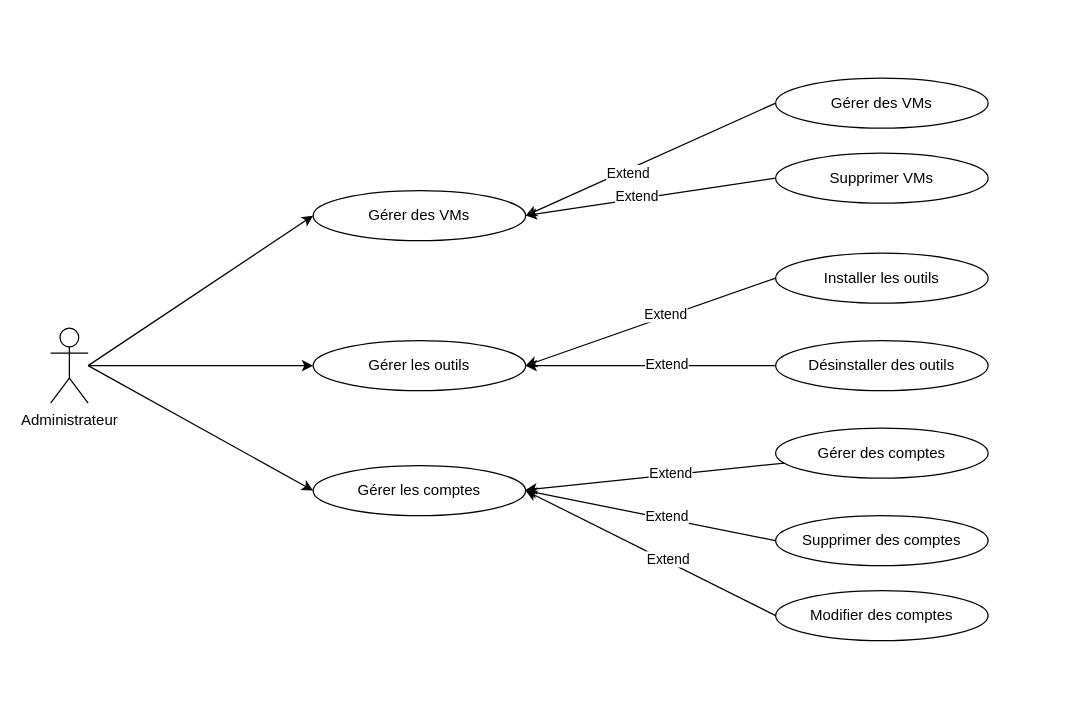
This is page "Page-6" (6 of 6) of Untitled Diagram.drawio from nouha57/AJAX-Movie-Recommendation-System-with-Sentiment-Analysis, a draw.io file, before an edit. Source tidied: cells renumbered, new cells numbered last; positions are measured from the earlier drawing's top-left corner, leaving out a move shared by most shapes. Both pictures are drawn from the tidied source at 125%, with x=0, y=0 at pixel (50, 78).
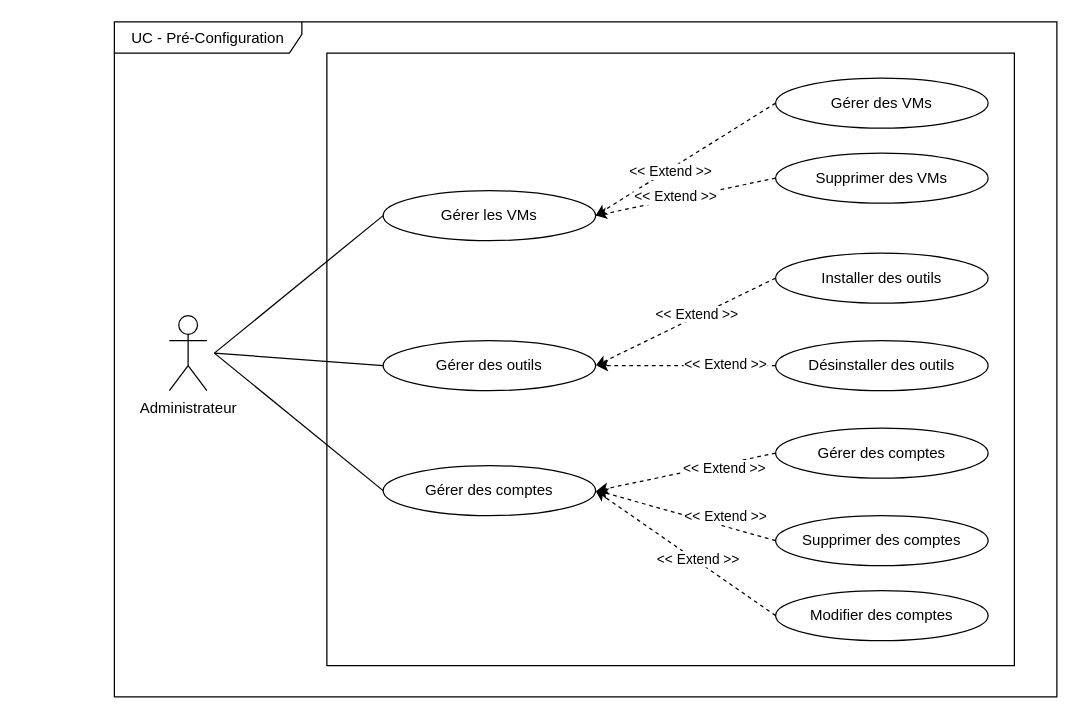
After the change.

The change refers to these unchanged cells:
```xml
<mxCell id="23" value="Désinstaller des outils" style="ellipse;whiteSpace=wrap;html=1;" parent="1" vertex="1">
  <mxGeometry x="580" y="210" width="170" height="40" as="geometry" />
</mxCell>
<mxCell id="28" value="Supprimer des comptes" style="ellipse;whiteSpace=wrap;html=1;" parent="1" vertex="1">
  <mxGeometry x="580" y="350" width="170" height="40" as="geometry" />
</mxCell>
<mxCell id="29" value="Modifier des comptes" style="ellipse;whiteSpace=wrap;html=1;" parent="1" vertex="1">
  <mxGeometry x="580" y="410" width="170" height="40" as="geometry" />
</mxCell>
```

Diff of the diagram source:
```diff
@@
+    <mxCell id="30" style="rounded=0;whiteSpace=wrap;html=1;" parent="1" vertex="1">
+      <mxGeometry x="221" y="-20" width="550" height="490" as="geometry" />
+    </mxCell>
+    <mxCell id="31" value="UC - Pré-Configuration" style="shape=umlFrame;whiteSpace=wrap;html=1;width=150;height=25;" parent="1" vertex="1">
+      <mxGeometry x="51" y="-45" width="754" height="540" as="geometry" />
+    </mxCell>
     <mxCell id="2" value="Administrateur" style="shape=umlActor;verticalLabelPosition=bottom;verticalAlign=top;html=1;" parent="1" vertex="1">
-      <mxGeometry y="200" width="30" height="60" as="geometry" />
+      <mxGeometry x="95" y="190" width="30" height="60" as="geometry" />
     </mxCell>
-    <mxCell id="3" value="Gérer des VMs" style="ellipse;whiteSpace=wrap;html=1;" parent="1" vertex="1">
-      <mxGeometry x="210" y="90" width="170" height="40" as="geometry" />
-    </mxCell>
-    <mxCell id="4" value="Gérer les outils" style="ellipse;whiteSpace=wrap;html=1;" parent="1" vertex="1">
-      <mxGeometry x="210" y="210" width="170" height="40" as="geometry" />
-    </mxCell>
-    <mxCell id="5" value="Gérer les comptes" style="ellipse;whiteSpace=wrap;html=1;" parent="1" vertex="1">
-      <mxGeometry x="210" y="310" width="170" height="40" as="geometry" />
-    </mxCell>
-    <mxCell id="6" style="endArrow=classic;html=1;rounded=0;entryX=0;entryY=0.5;entryDx=0;entryDy=0;" parent="1" edge="1" target="3">
-      <mxGeometry relative="1" as="geometry">
-        <mxPoint x="30" y="230" as="sourcePoint" />
-      </mxGeometry>
-    </mxCell>
-    <mxCell id="7" style="endArrow=classic;html=1;rounded=0;entryX=0;entryY=0.5;entryDx=0;entryDy=0;" parent="1" edge="1" target="4">
-      <mxGeometry relative="1" as="geometry">
-        <mxPoint x="30" y="230" as="sourcePoint" />
-      </mxGeometry>
-    </mxCell>
-    <mxCell id="8" style="endArrow=classic;html=1;rounded=0;entryX=0;entryY=0.5;entryDx=0;entryDy=0;" parent="1" edge="1" target="5">
-      <mxGeometry relative="1" as="geometry">
-        <mxPoint x="30" y="230" as="sourcePoint" />
-      </mxGeometry>
-    </mxCell>
-    <mxCell id="9" value="Gérer des VMs" style="ellipse;whiteSpace=wrap;html=1;" parent="1" vertex="1">
-      <mxGeometry x="580" width="170" height="40" as="geometry" />
-    </mxCell>
-    <mxCell id="10" value="Supprimer VMs" style="ellipse;whiteSpace=wrap;html=1;" parent="1" vertex="1">
-      <mxGeometry x="580" y="60" width="170" height="40" as="geometry" />
-    </mxCell>
-    <mxCell id="11" value="Installer les outils" style="ellipse;whiteSpace=wrap;html=1;" parent="1" vertex="1">
-      <mxGeometry x="580" y="140" width="170" height="40" as="geometry" />
-    </mxCell>
-    <mxCell id="12" style="endArrow=classic;html=1;rounded=0;entryX=1;entryY=0.5;entryDx=0;entryDy=0;exitX=0;exitY=0.5;exitDx=0;exitDy=0;" parent="1" edge="1" source="9" target="3">
-      <mxGeometry relative="1" as="geometry" />
-    </mxCell>
-    <mxCell id="13" value="Extend" style="edgeLabel;html=1;align=center;verticalAlign=middle;" parent="12" vertex="1">
-      <mxGeometry x="0.2" y="1" relative="1" as="geometry">
-        <mxPoint x="1" as="offset" />
-      </mxGeometry>
-    </mxCell>
-    <mxCell id="14" style="endArrow=classic;html=1;rounded=0;entryX=1;entryY=0.5;entryDx=0;entryDy=0;exitX=0;exitY=0.5;exitDx=0;exitDy=0;" parent="1" edge="1" source="10" target="3">
-      <mxGeometry relative="1" as="geometry" />
-    </mxCell>
-    <mxCell id="15" value="Extend" style="edgeLabel;html=1;align=center;verticalAlign=middle;" parent="14" vertex="1">
-      <mxGeometry x="0.11" y="-2" relative="1" as="geometry" />
-    </mxCell>
-    <mxCell id="16" style="endArrow=classic;html=1;rounded=0;entryX=1;entryY=0.5;entryDx=0;entryDy=0;exitX=0;exitY=0.5;exitDx=0;exitDy=0;" parent="1" edge="1" source="11" target="4">
-      <mxGeometry relative="1" as="geometry" />
-    </mxCell>
-    <mxCell id="17" value="Extend" style="edgeLabel;html=1;align=center;verticalAlign=middle;" parent="16" vertex="1">
-      <mxGeometry x="-0.12" y="-2" relative="1" as="geometry" />
-    </mxCell>
-    <mxCell id="18" style="endArrow=classic;html=1;rounded=0;entryX=1;entryY=0.5;entryDx=0;entryDy=0;" parent="1" edge="1" source="20">
-      <mxGeometry relative="1" as="geometry">
-        <mxPoint x="380" y="329.5" as="targetPoint" />
-      </mxGeometry>
-    </mxCell>
-    <mxCell id="19" value="Extend" style="edgeLabel;html=1;align=center;verticalAlign=middle;" parent="18" vertex="1">
-      <mxGeometry x="-0.12" y="-2" relative="1" as="geometry" />
-    </mxCell>
-    <mxCell id="20" value="Gérer des comptes" style="ellipse;whiteSpace=wrap;html=1;" parent="1" vertex="1">
-      <mxGeometry x="580" y="280" width="170" height="40" as="geometry" />
-    </mxCell>
-    <mxCell id="21" style="endArrow=classic;html=1;rounded=0;exitX=0;exitY=0.5;exitDx=0;exitDy=0;" parent="1" edge="1" source="23">
-      <mxGeometry relative="1" as="geometry">
-        <mxPoint x="380" y="230" as="targetPoint" />
-      </mxGeometry>
-    </mxCell>
-    <mxCell id="22" value="Extend" style="edgeLabel;html=1;align=center;verticalAlign=middle;" parent="21" vertex="1">
-      <mxGeometry x="-0.12" y="-2" relative="1" as="geometry" />
-    </mxCell>
+    <mxCell id="32" value="Gérer les VMs" style="ellipse;whiteSpace=wrap;html=1;" parent="1" vertex="1">
+      <mxGeometry x="266" y="90" width="170" height="40" as="geometry" />
+    </mxCell>
+    <mxCell id="33" value="Gérer des outils" style="ellipse;whiteSpace=wrap;html=1;" parent="1" vertex="1">
+      <mxGeometry x="266" y="210" width="170" height="40" as="geometry" />
+    </mxCell>
+    <mxCell id="34" value="Gérer des comptes" style="ellipse;whiteSpace=wrap;html=1;" parent="1" vertex="1">
+      <mxGeometry x="266" y="310" width="170" height="40" as="geometry" />
+    </mxCell>
+    <mxCell id="35" style="endArrow=none;html=1;rounded=0;entryX=0;entryY=0.5;entryDx=0;entryDy=0;endFill=0;" parent="1" edge="1">
+      <mxGeometry relative="1" as="geometry">
+        <mxPoint x="131" y="220" as="sourcePoint" />
+        <mxPoint x="266" y="110" as="targetPoint" />
+      </mxGeometry>
+    </mxCell>
+    <mxCell id="36" style="endArrow=none;html=1;rounded=0;entryX=0;entryY=0.5;entryDx=0;entryDy=0;endFill=0;" parent="1" edge="1">
+      <mxGeometry relative="1" as="geometry">
+        <mxPoint x="131" y="220" as="sourcePoint" />
+        <mxPoint x="266" y="230" as="targetPoint" />
+      </mxGeometry>
+    </mxCell>
+    <mxCell id="37" style="endArrow=none;html=1;rounded=0;entryX=0;entryY=0.5;entryDx=0;entryDy=0;endFill=0;" parent="1" edge="1">
+      <mxGeometry relative="1" as="geometry">
+        <mxPoint x="131" y="220" as="sourcePoint" />
+        <mxPoint x="266" y="330" as="targetPoint" />
+      </mxGeometry>
+    </mxCell>
+    <mxCell id="38" value="Gérer des VMs" style="ellipse;whiteSpace=wrap;html=1;" parent="1" vertex="1">
+      <mxGeometry x="580" width="170" height="40" as="geometry" />
+    </mxCell>
+    <mxCell id="39" value="Supprimer des VMs" style="ellipse;whiteSpace=wrap;html=1;" parent="1" vertex="1">
+      <mxGeometry x="580" y="60" width="170" height="40" as="geometry" />
+    </mxCell>
+    <mxCell id="40" value="Installer des outils" style="ellipse;whiteSpace=wrap;html=1;" parent="1" vertex="1">
+      <mxGeometry x="580" y="140" width="170" height="40" as="geometry" />
+    </mxCell>
+    <mxCell id="41" style="endArrow=classic;html=1;rounded=0;entryX=1;entryY=0.5;entryDx=0;entryDy=0;exitX=0;exitY=0.5;exitDx=0;exitDy=0;dashed=1;" parent="1" edge="1" source="38" target="32">
+      <mxGeometry relative="1" as="geometry" />
+    </mxCell>
+    <mxCell id="42" value="&amp;lt;&amp;lt; Extend &amp;gt;&amp;gt;" style="edgeLabel;html=1;align=center;verticalAlign=middle;" parent="41" vertex="1">
+      <mxGeometry x="0.2" y="1" relative="1" as="geometry">
+        <mxPoint x="1" as="offset" />
+      </mxGeometry>
+    </mxCell>
+    <mxCell id="43" style="endArrow=classic;html=1;rounded=0;entryX=1;entryY=0.5;entryDx=0;entryDy=0;exitX=0;exitY=0.5;exitDx=0;exitDy=0;dashed=1;" parent="1" edge="1" source="39" target="32">
+      <mxGeometry relative="1" as="geometry" />
+    </mxCell>
+    <mxCell id="44" value="&lt;span style=&quot;color: rgb(0, 0, 0); font-family: Helvetica; font-size: 11px; font-style: normal; font-variant-ligatures: normal; font-variant-caps: normal; font-weight: 400; letter-spacing: normal; orphans: 2; text-align: center; text-indent: 0px; text-transform: none; widows: 2; word-spacing: 0px; -webkit-text-stroke-width: 0px; background-color: rgb(255, 255, 255); text-decoration-thickness: initial; text-decoration-style: initial; text-decoration-color: initial; float: none; display: inline !important;&quot;&gt;&amp;lt;&amp;lt; Extend &amp;gt;&amp;gt;&lt;/span&gt;" style="edgeLabel;html=1;align=center;verticalAlign=middle;" parent="43" vertex="1">
+      <mxGeometry x="0.11" y="-2" relative="1" as="geometry" />
+    </mxCell>
+    <mxCell id="45" style="endArrow=classic;html=1;rounded=0;entryX=1;entryY=0.5;entryDx=0;entryDy=0;exitX=0;exitY=0.5;exitDx=0;exitDy=0;dashed=1;" parent="1" edge="1" source="40" target="33">
+      <mxGeometry relative="1" as="geometry" />
+    </mxCell>
+    <mxCell id="46" value="&lt;span style=&quot;color: rgb(0, 0, 0); font-family: Helvetica; font-size: 11px; font-style: normal; font-variant-ligatures: normal; font-variant-caps: normal; font-weight: 400; letter-spacing: normal; orphans: 2; text-align: center; text-indent: 0px; text-transform: none; widows: 2; word-spacing: 0px; -webkit-text-stroke-width: 0px; background-color: rgb(255, 255, 255); text-decoration-thickness: initial; text-decoration-style: initial; text-decoration-color: initial; float: none; display: inline !important;&quot;&gt;&amp;lt;&amp;lt; Extend &amp;gt;&amp;gt;&lt;/span&gt;" style="edgeLabel;html=1;align=center;verticalAlign=middle;" parent="45" vertex="1">
+      <mxGeometry x="-0.12" y="-2" relative="1" as="geometry" />
+    </mxCell>
+    <mxCell id="47" style="endArrow=classic;html=1;rounded=0;dashed=1;exitX=0;exitY=0.5;exitDx=0;exitDy=0;" parent="1" edge="1" source="49">
+      <mxGeometry relative="1" as="geometry">
+        <mxPoint x="437" y="330" as="targetPoint" />
+      </mxGeometry>
+    </mxCell>
+    <mxCell id="48" value="&lt;span style=&quot;color: rgb(0, 0, 0); font-family: Helvetica; font-size: 11px; font-style: normal; font-variant-ligatures: normal; font-variant-caps: normal; font-weight: 400; letter-spacing: normal; orphans: 2; text-align: center; text-indent: 0px; text-transform: none; widows: 2; word-spacing: 0px; -webkit-text-stroke-width: 0px; background-color: rgb(255, 255, 255); text-decoration-thickness: initial; text-decoration-style: initial; text-decoration-color: initial; float: none; display: inline !important;&quot;&gt;&amp;lt;&amp;lt; Extend &amp;gt;&amp;gt;&lt;/span&gt;" style="edgeLabel;html=1;align=center;verticalAlign=middle;" parent="47" vertex="1">
+      <mxGeometry x="-0.12" y="-2" relative="1" as="geometry">
+        <mxPoint x="22" as="offset" />
+      </mxGeometry>
+    </mxCell>
+    <mxCell id="49" value="Gérer des comptes" style="ellipse;whiteSpace=wrap;html=1;" parent="1" vertex="1">
+      <mxGeometry x="580" y="280" width="170" height="40" as="geometry" />
+    </mxCell>
+    <mxCell id="50" style="endArrow=classic;html=1;rounded=0;exitX=0;exitY=0.5;exitDx=0;exitDy=0;dashed=1;" parent="1" edge="1" source="23">
+      <mxGeometry relative="1" as="geometry">
+        <mxPoint x="437" y="230" as="targetPoint" />
+      </mxGeometry>
+    </mxCell>
+    <mxCell id="51" value="&lt;span style=&quot;color: rgb(0, 0, 0); font-family: Helvetica; font-size: 11px; font-style: normal; font-variant-ligatures: normal; font-variant-caps: normal; font-weight: 400; letter-spacing: normal; orphans: 2; text-align: center; text-indent: 0px; text-transform: none; widows: 2; word-spacing: 0px; -webkit-text-stroke-width: 0px; background-color: rgb(255, 255, 255); text-decoration-thickness: initial; text-decoration-style: initial; text-decoration-color: initial; float: none; display: inline !important;&quot;&gt;&amp;lt;&amp;lt; Extend &amp;gt;&amp;gt;&lt;/span&gt;" style="edgeLabel;html=1;align=center;verticalAlign=middle;" parent="50" vertex="1">
+      <mxGeometry x="-0.12" y="-2" relative="1" as="geometry">
+        <mxPoint x="22" as="offset" />
+      </mxGeometry>
+    </mxCell>
@@
-    <mxCell id="24" style="endArrow=classic;html=1;rounded=0;exitX=0;exitY=0.5;exitDx=0;exitDy=0;" parent="1" edge="1" source="28">
-      <mxGeometry relative="1" as="geometry">
-        <mxPoint x="380" y="330" as="targetPoint" />
-      </mxGeometry>
-    </mxCell>
-    <mxCell id="25" value="Extend" style="edgeLabel;html=1;align=center;verticalAlign=middle;" parent="24" vertex="1">
-      <mxGeometry x="-0.12" y="-2" relative="1" as="geometry" />
-    </mxCell>
-    <mxCell id="26" style="endArrow=classic;html=1;rounded=0;exitX=0;exitY=0.5;exitDx=0;exitDy=0;entryX=1;entryY=0.5;entryDx=0;entryDy=0;" parent="1" edge="1" source="29" target="5">
-      <mxGeometry relative="1" as="geometry" />
-    </mxCell>
-    <mxCell id="27" value="Extend" style="edgeLabel;html=1;align=center;verticalAlign=middle;" parent="26" vertex="1">
-      <mxGeometry x="-0.12" y="-2" relative="1" as="geometry" />
-    </mxCell>
+    <mxCell id="52" style="endArrow=classic;html=1;rounded=0;exitX=0;exitY=0.5;exitDx=0;exitDy=0;dashed=1;" parent="1" edge="1" source="28">
+      <mxGeometry relative="1" as="geometry">
+        <mxPoint x="437" y="330" as="targetPoint" />
+      </mxGeometry>
+    </mxCell>
+    <mxCell id="53" value="&lt;span style=&quot;color: rgb(0, 0, 0); font-family: Helvetica; font-size: 11px; font-style: normal; font-variant-ligatures: normal; font-variant-caps: normal; font-weight: 400; letter-spacing: normal; orphans: 2; text-align: center; text-indent: 0px; text-transform: none; widows: 2; word-spacing: 0px; -webkit-text-stroke-width: 0px; background-color: rgb(255, 255, 255); text-decoration-thickness: initial; text-decoration-style: initial; text-decoration-color: initial; float: none; display: inline !important;&quot;&gt;&amp;lt;&amp;lt; Extend &amp;gt;&amp;gt;&lt;/span&gt;" style="edgeLabel;html=1;align=center;verticalAlign=middle;" parent="52" vertex="1">
+      <mxGeometry x="-0.12" y="-2" relative="1" as="geometry">
+        <mxPoint x="22" as="offset" />
+      </mxGeometry>
+    </mxCell>
+    <mxCell id="54" style="endArrow=classic;html=1;rounded=0;exitX=0;exitY=0.5;exitDx=0;exitDy=0;entryX=1;entryY=0.5;entryDx=0;entryDy=0;dashed=1;" parent="1" edge="1" source="29" target="34">
+      <mxGeometry relative="1" as="geometry" />
+    </mxCell>
+    <mxCell id="55" value="&lt;span style=&quot;color: rgb(0, 0, 0); font-family: Helvetica; font-size: 11px; font-style: normal; font-variant-ligatures: normal; font-variant-caps: normal; font-weight: 400; letter-spacing: normal; orphans: 2; text-align: center; text-indent: 0px; text-transform: none; widows: 2; word-spacing: 0px; -webkit-text-stroke-width: 0px; background-color: rgb(255, 255, 255); text-decoration-thickness: initial; text-decoration-style: initial; text-decoration-color: initial; float: none; display: inline !important;&quot;&gt;&amp;lt;&amp;lt; Extend &amp;gt;&amp;gt;&lt;/span&gt;" style="edgeLabel;html=1;align=center;verticalAlign=middle;" parent="54" vertex="1">
+      <mxGeometry x="-0.12" y="-2" relative="1" as="geometry" />
+    </mxCell>
```
